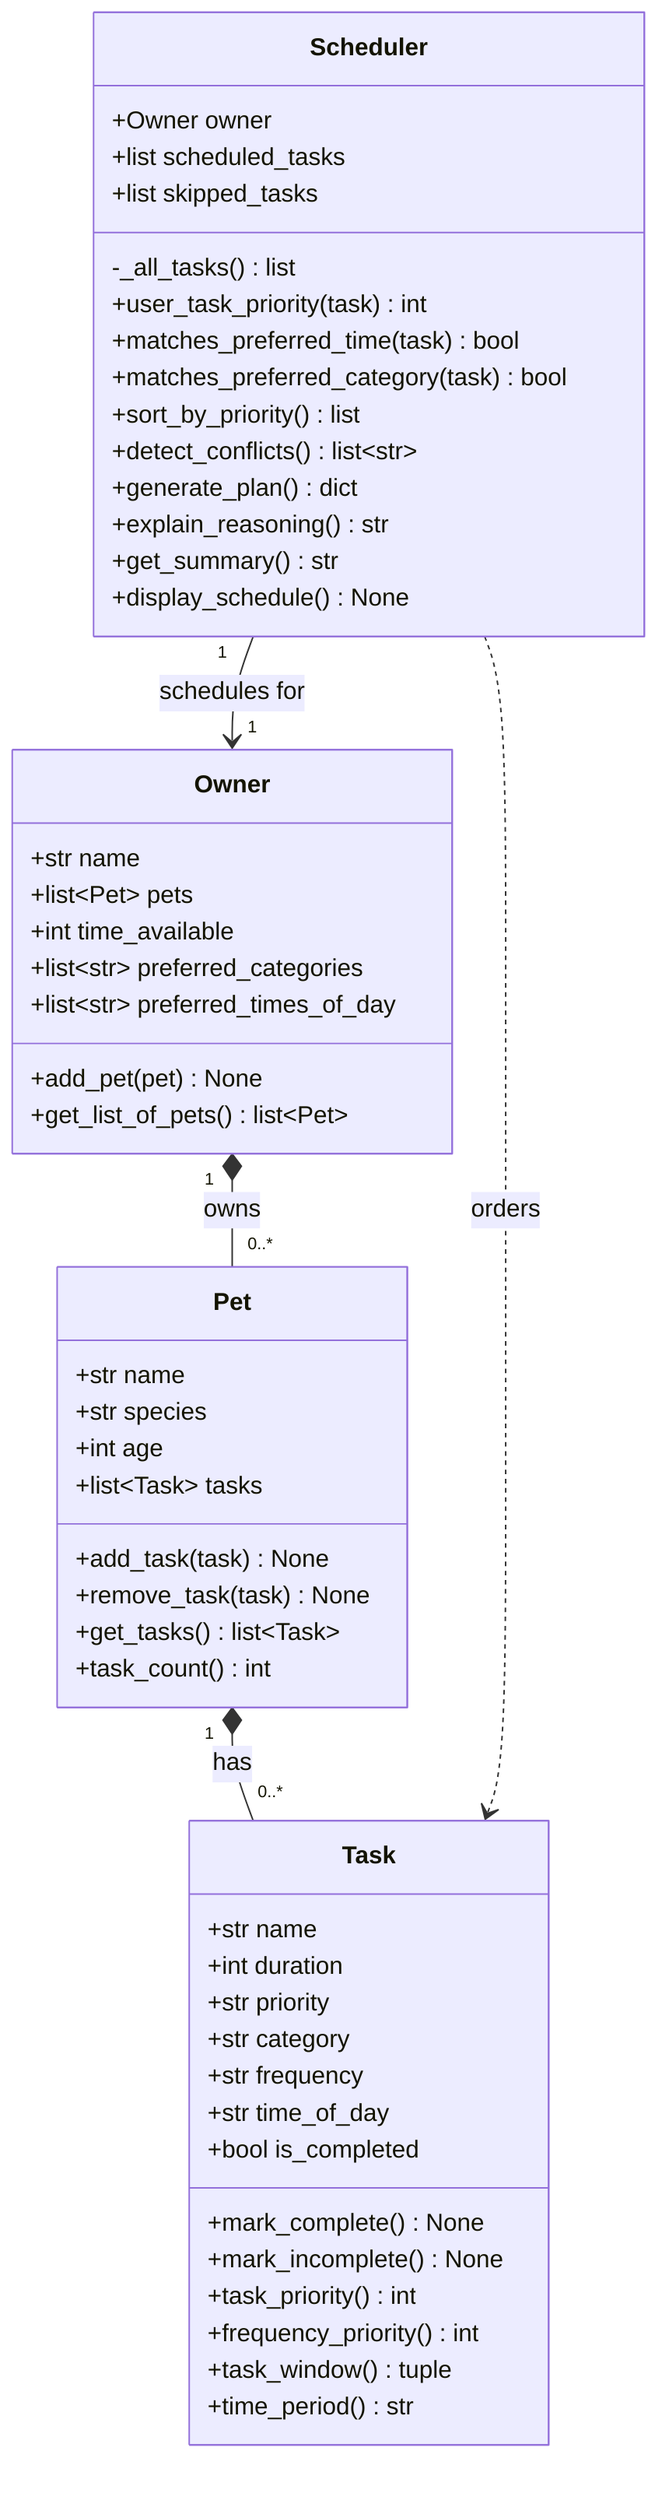
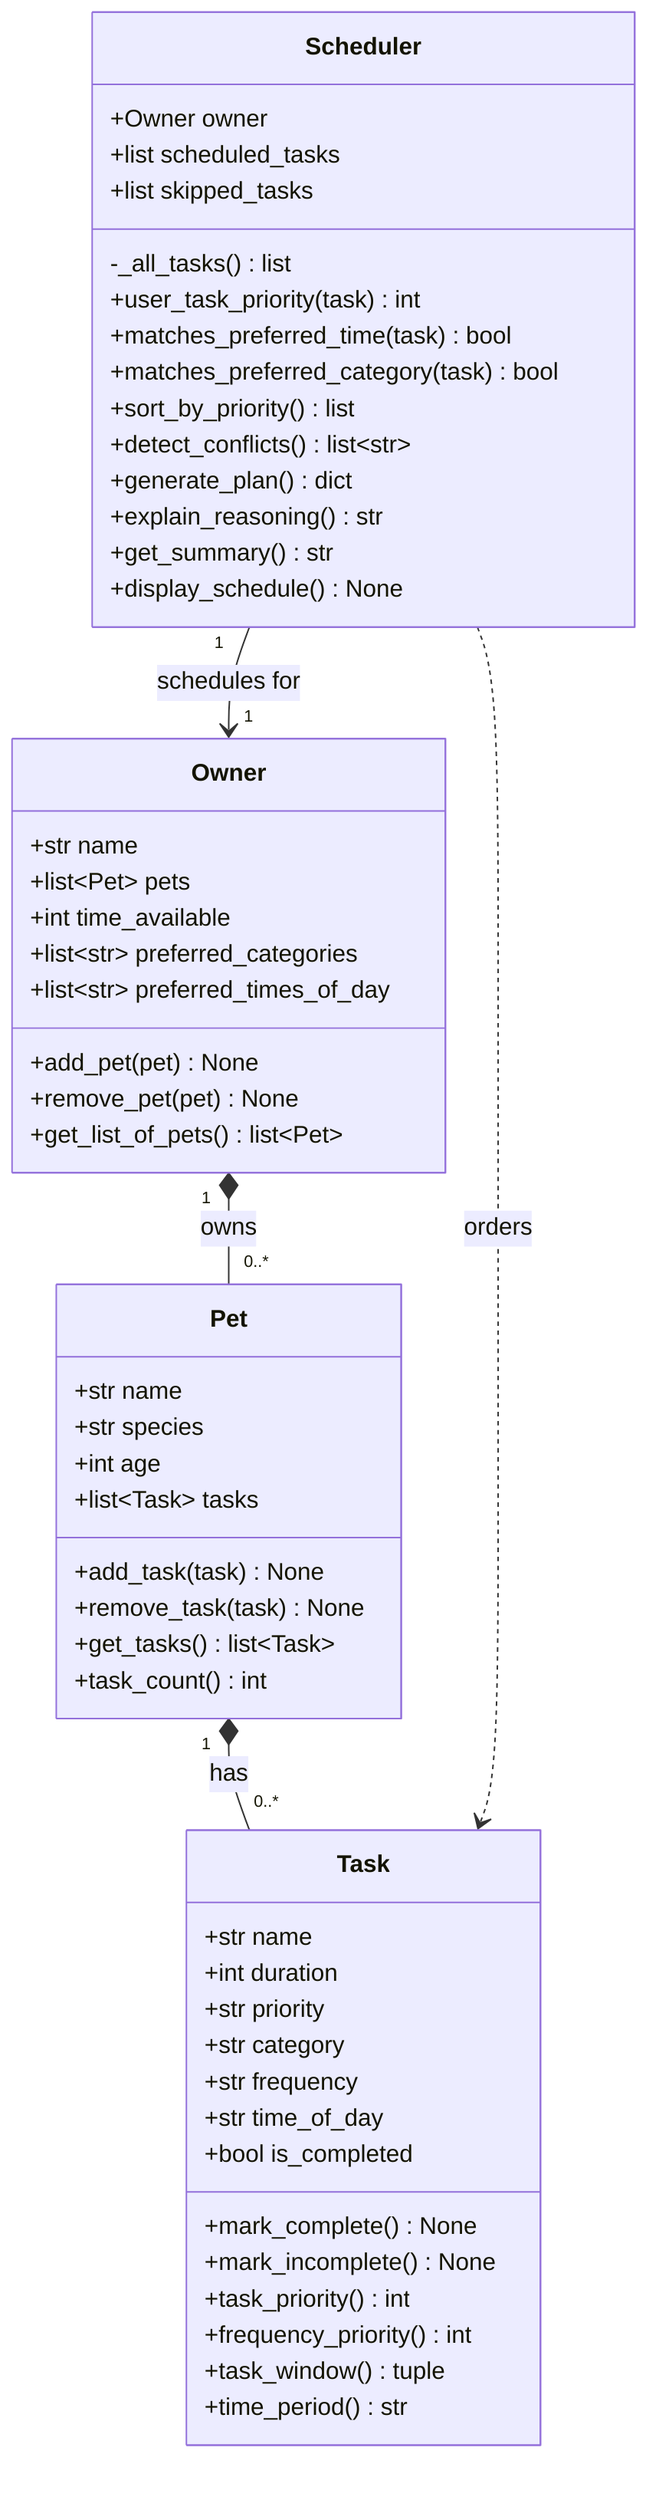
classDiagram
    %% PawPal+ class diagram — based on the brainstorm in reflection.md.
    %% Keep this file updated so it matches your final implementation.
    %% Task.time_of_day is an "HH:MM" string (e.g. "08:30"), or "" for flexible/any time.
    %% Task.priority is "high" / "medium" / "low"; task_priority() maps it to
    %% 1 / 2 / 3 via Task.PRIORITY_VALUES (1 = highest, 3 = lowest).
    %% Task.frequency is "daily" / "weekly" / "as_needed"; frequency_priority() maps
    %% it to 1 / 2 / 3 via Task.FREQUENCY_VALUES (1 = most urgent, 3 = least).
    %% time_period() classifies time_of_day by its absolute minute-distance from
    %% noon (12:00) into morning/afternoon/evening/night via Task.TIME_OF_DAY_RANGES;
    %% returns "none" (and task_window() returns None) for a flexible/any-time task.
    %% Scheduler holds only an Owner (no direct Pet reference) and builds one combined
    %% schedule from _all_tasks() across every pet in owner.get_list_of_pets().
    %% scheduled_tasks / skipped_tasks / sort_by_priority() all use (Pet, Task) tuples
    %% so a task's owning pet is always available without a separate lookup.
    %% Scheduler.user_task_priority(task) = task.task_priority() + task.frequency_priority();
    %% lower combined score = scheduled sooner. sort_by_priority() breaks ties (equal
    %% user_task_priority) first by matches_preferred_time(), then by matches_preferred_category().

    class Task {
        +str name
        +int duration
        +str priority
        +str category
        +str frequency
        +str time_of_day
        +bool is_completed
        +mark_complete() None
        +mark_incomplete() None
        +task_priority() int
        +frequency_priority() int
        +task_window() tuple
        +time_period() str
    }

    class Pet {
        +str name
        +str species
        +int age
        +list~Task~ tasks
        +add_task(task) None
        +remove_task(task) None
        +get_tasks() list~Task~
        +task_count() int
    }

    class Owner {
        +str name
        +list~Pet~ pets
        +int time_available
        +list~str~ preferred_categories
        +list~str~ preferred_times_of_day
        +add_pet(pet) None
+         +remove_pet(pet) None
        +get_list_of_pets() list~Pet~
    }

    class Scheduler {
        +Owner owner
        +list scheduled_tasks
        +list skipped_tasks
        -_all_tasks() list
        +user_task_priority(task) int
        +matches_preferred_time(task) bool
        +matches_preferred_category(task) bool
        +sort_by_priority() list
        +detect_conflicts() list~str~
        +generate_plan() dict
        +explain_reasoning() str
        +get_summary() str
        +display_schedule() None
    }

    Owner "1" *-- "0..*" Pet : owns
    Pet "1" *-- "0..*" Task : has
    Scheduler "1" --> "1" Owner : schedules for
    Scheduler ..> Task : orders
